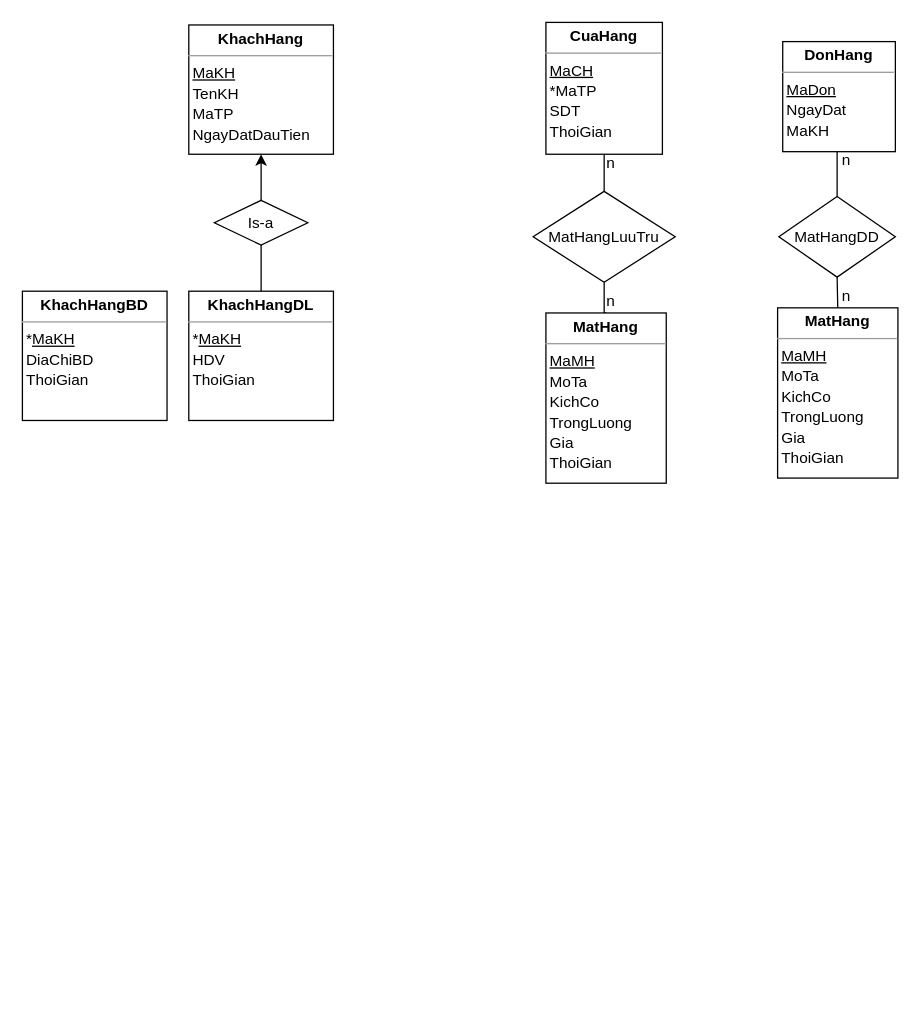
Earlier version of the draw.io diagram data warehouse.drawio (huybach2509/test2). Source tidied: cells renumbered, new cells numbered last; positions are measured from the earlier drawing's top-left corner, leaving out a move shared by most shapes. Both pictures are drawn from the tidied source at 128%, with x=0, y=0 at pixel (22, 22).
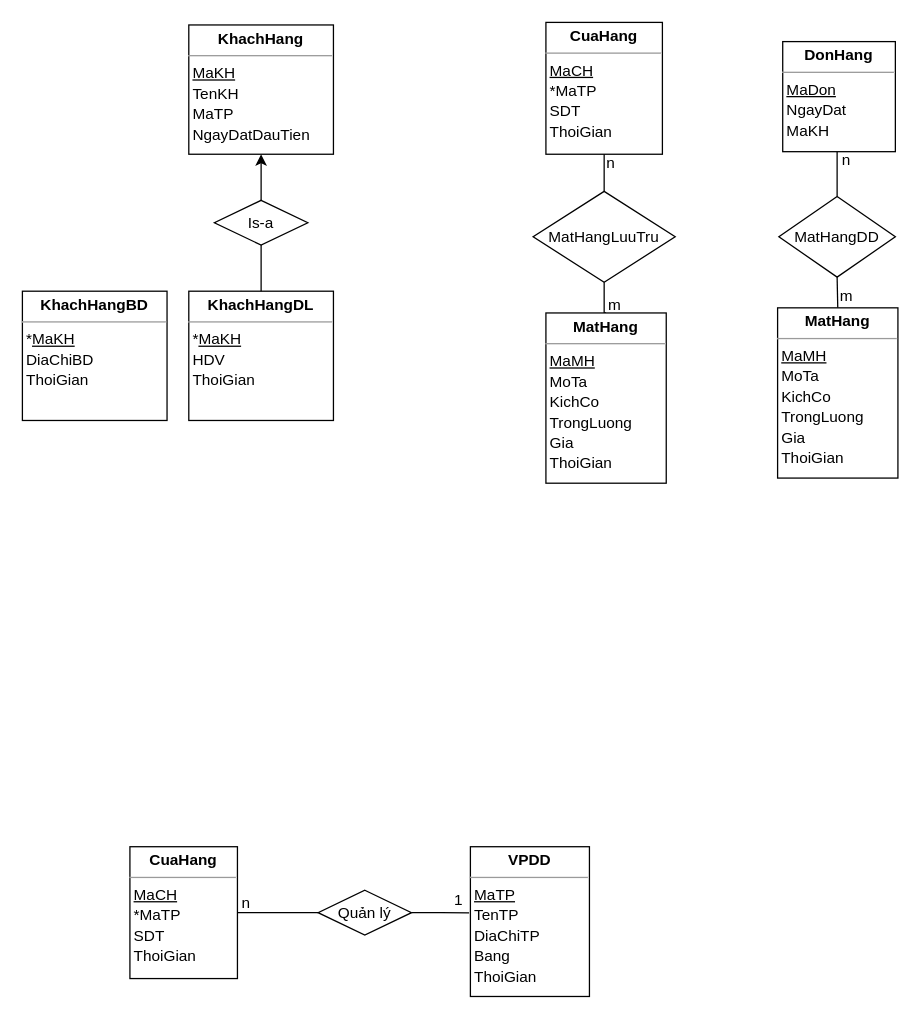
The same page after the edit.

The edit, as a diff of the source:
```diff
@@
-    <mxCell id="15" value="n" style="text;html=1;strokeColor=none;fillColor=none;align=center;verticalAlign=middle;whiteSpace=wrap;rounded=0;" parent="1" vertex="1">
-      <mxGeometry x="430" y="203" width="60" height="30" as="geometry" />
+    <mxCell id="15" value="m" style="text;html=1;strokeColor=none;fillColor=none;align=center;verticalAlign=middle;whiteSpace=wrap;rounded=0;" parent="1" vertex="1">
+      <mxGeometry x="433" y="206" width="60" height="30" as="geometry" />
     </mxCell>
@@
-    <mxCell id="19" value="n" style="text;html=1;strokeColor=none;fillColor=none;align=center;verticalAlign=middle;whiteSpace=wrap;rounded=0;" parent="1" vertex="1">
+    <mxCell id="19" value="m" style="text;html=1;strokeColor=none;fillColor=none;align=center;verticalAlign=middle;whiteSpace=wrap;rounded=0;" parent="1" vertex="1">
       <mxGeometry x="614" y="199" width="60" height="30" as="geometry" />
     </mxCell>
@@
+    <mxCell id="22" value="&lt;p style=&quot;margin:0px;margin-top:4px;text-align:center;&quot;&gt;&lt;b&gt;VPDD&lt;/b&gt;&lt;/p&gt;&lt;hr size=&quot;1&quot;&gt;&lt;div style=&quot;height:2px;&quot;&gt;&amp;nbsp;&lt;u&gt;MaTP&lt;/u&gt;&lt;/div&gt;&lt;div style=&quot;height:2px;&quot;&gt;&lt;br&gt;&lt;/div&gt;&lt;div style=&quot;height:2px;&quot;&gt;&lt;br&gt;&lt;/div&gt;&lt;div style=&quot;height:2px;&quot;&gt;&lt;br&gt;&lt;/div&gt;&lt;div style=&quot;height:2px;&quot;&gt;&lt;br&gt;&lt;/div&gt;&lt;div style=&quot;height:2px;&quot;&gt;&lt;br&gt;&lt;/div&gt;&lt;div style=&quot;height:2px;&quot;&gt;&lt;br&gt;&lt;/div&gt;&lt;div style=&quot;height:2px;&quot;&gt;&lt;br&gt;&lt;/div&gt;&lt;div style=&quot;height:2px;&quot;&gt;&amp;nbsp;TenTP&lt;/div&gt;&lt;div style=&quot;height:2px;&quot;&gt;&lt;br&gt;&lt;/div&gt;&lt;div style=&quot;height:2px;&quot;&gt;&lt;br&gt;&lt;/div&gt;&lt;div style=&quot;height:2px;&quot;&gt;&lt;br&gt;&lt;/div&gt;&lt;div style=&quot;height:2px;&quot;&gt;&lt;br&gt;&lt;/div&gt;&lt;div style=&quot;height:2px;&quot;&gt;&lt;br&gt;&lt;/div&gt;&lt;div style=&quot;height:2px;&quot;&gt;&lt;br&gt;&lt;/div&gt;&lt;div style=&quot;height:2px;&quot;&gt;&lt;br&gt;&lt;/div&gt;&lt;div style=&quot;height:2px;&quot;&gt;&amp;nbsp;DiaChiTP&lt;/div&gt;&lt;div style=&quot;height:2px;&quot;&gt;&lt;br&gt;&lt;/div&gt;&lt;div style=&quot;height:2px;&quot;&gt;&lt;br&gt;&lt;/div&gt;&lt;div style=&quot;height:2px;&quot;&gt;&lt;br&gt;&lt;/div&gt;&lt;div style=&quot;height:2px;&quot;&gt;&lt;br&gt;&lt;/div&gt;&lt;div style=&quot;height:2px;&quot;&gt;&lt;br&gt;&lt;/div&gt;&lt;div style=&quot;height:2px;&quot;&gt;&lt;br&gt;&lt;/div&gt;&lt;div style=&quot;height:2px;&quot;&gt;&lt;br&gt;&lt;/div&gt;&lt;div style=&quot;height:2px;&quot;&gt;&amp;nbsp;Bang&lt;/div&gt;&lt;div style=&quot;height:2px;&quot;&gt;&lt;br&gt;&lt;/div&gt;&lt;div style=&quot;height:2px;&quot;&gt;&lt;br&gt;&lt;/div&gt;&lt;div style=&quot;height:2px;&quot;&gt;&lt;br&gt;&lt;/div&gt;&lt;div style=&quot;height:2px;&quot;&gt;&lt;br&gt;&lt;/div&gt;&lt;div style=&quot;height:2px;&quot;&gt;&lt;br&gt;&lt;/div&gt;&lt;div style=&quot;height:2px;&quot;&gt;&lt;br&gt;&lt;/div&gt;&lt;div style=&quot;height:2px;&quot;&gt;&lt;br&gt;&lt;/div&gt;&lt;div style=&quot;height:2px;&quot;&gt;&amp;nbsp;ThoiGian&lt;/div&gt;&lt;div style=&quot;height:2px;&quot;&gt;&lt;br&gt;&lt;/div&gt;&lt;div style=&quot;height:2px;&quot;&gt;&lt;br&gt;&lt;/div&gt;&lt;div style=&quot;height:2px;&quot;&gt;&lt;br&gt;&lt;/div&gt;&lt;div style=&quot;height:2px;&quot;&gt;&lt;br&gt;&lt;/div&gt;&lt;div style=&quot;height:2px;&quot;&gt;&lt;br&gt;&lt;/div&gt;&lt;div style=&quot;height:2px;&quot;&gt;&lt;br&gt;&lt;/div&gt;&lt;div style=&quot;height:2px;&quot;&gt;&lt;br&gt;&lt;/div&gt;&lt;div style=&quot;height:2px;&quot;&gt;&amp;nbsp;&lt;/div&gt;" style="verticalAlign=top;align=left;overflow=fill;fontSize=12;fontFamily=Helvetica;html=1;whiteSpace=wrap;" parent="1" vertex="1">
+      <mxGeometry x="350" y="644" width="93" height="117" as="geometry" />
+    </mxCell>
+    <mxCell id="23" style="edgeStyle=orthogonalEdgeStyle;rounded=0;jettySize=auto;html=1;exitX=1;exitY=0.5;exitDx=0;exitDy=0;entryX=0;entryY=0.5;entryDx=0;entryDy=0;endArrow=none;endFill=0;" parent="1" edge="1" source="24" target="26">
+      <mxGeometry relative="1" as="geometry" />
+    </mxCell>
+    <mxCell id="24" value="&lt;p style=&quot;margin:0px;margin-top:4px;text-align:center;&quot;&gt;&lt;b&gt;CuaHang&lt;/b&gt;&lt;/p&gt;&lt;hr size=&quot;1&quot;&gt;&lt;div style=&quot;height:2px;&quot;&gt;&amp;nbsp;&lt;u&gt;MaCH&lt;/u&gt;&lt;/div&gt;&lt;div style=&quot;height:2px;&quot;&gt;&lt;br&gt;&lt;/div&gt;&lt;div style=&quot;height:2px;&quot;&gt;&lt;br&gt;&lt;/div&gt;&lt;div style=&quot;height:2px;&quot;&gt;&lt;br&gt;&lt;/div&gt;&lt;div style=&quot;height:2px;&quot;&gt;&lt;br&gt;&lt;/div&gt;&lt;div style=&quot;height:2px;&quot;&gt;&lt;br&gt;&lt;/div&gt;&lt;div style=&quot;height:2px;&quot;&gt;&lt;br&gt;&lt;/div&gt;&lt;div style=&quot;height:2px;&quot;&gt;&lt;br&gt;&lt;/div&gt;&lt;div style=&quot;height:2px;&quot;&gt;&amp;nbsp;*MaTP&lt;/div&gt;&lt;div style=&quot;height:2px;&quot;&gt;&lt;br&gt;&lt;/div&gt;&lt;div style=&quot;height:2px;&quot;&gt;&lt;br&gt;&lt;/div&gt;&lt;div style=&quot;height:2px;&quot;&gt;&lt;br&gt;&lt;/div&gt;&lt;div style=&quot;height:2px;&quot;&gt;&lt;br&gt;&lt;/div&gt;&lt;div style=&quot;height:2px;&quot;&gt;&lt;br&gt;&lt;/div&gt;&lt;div style=&quot;height:2px;&quot;&gt;&lt;br&gt;&lt;/div&gt;&lt;div style=&quot;height:2px;&quot;&gt;&lt;br&gt;&lt;/div&gt;&lt;div style=&quot;height:2px;&quot;&gt;&amp;nbsp;SDT&lt;/div&gt;&lt;div style=&quot;height:2px;&quot;&gt;&lt;br&gt;&lt;/div&gt;&lt;div style=&quot;height:2px;&quot;&gt;&lt;br&gt;&lt;/div&gt;&lt;div style=&quot;height:2px;&quot;&gt;&lt;br&gt;&lt;/div&gt;&lt;div style=&quot;height:2px;&quot;&gt;&lt;br&gt;&lt;/div&gt;&lt;div style=&quot;height:2px;&quot;&gt;&lt;br&gt;&lt;/div&gt;&lt;div style=&quot;height:2px;&quot;&gt;&lt;br&gt;&lt;/div&gt;&lt;div style=&quot;height:2px;&quot;&gt;&lt;br&gt;&lt;/div&gt;&lt;div style=&quot;height:2px;&quot;&gt;&amp;nbsp;ThoiGian&lt;/div&gt;" style="verticalAlign=top;align=left;overflow=fill;fontSize=12;fontFamily=Helvetica;html=1;whiteSpace=wrap;" parent="1" vertex="1">
+      <mxGeometry x="84" y="644" width="84" height="103" as="geometry" />
+    </mxCell>
+    <mxCell id="25" style="edgeStyle=orthogonalEdgeStyle;rounded=0;jettySize=auto;html=1;exitX=1;exitY=0.5;exitDx=0;exitDy=0;entryX=-0.011;entryY=0.442;entryDx=0;entryDy=0;entryPerimeter=0;endArrow=none;endFill=0;" parent="1" edge="1" source="26" target="22">
+      <mxGeometry relative="1" as="geometry" />
+    </mxCell>
+    <mxCell id="26" value="Quản lý" style="rhombus;whiteSpace=wrap;html=1;" parent="1" vertex="1">
+      <mxGeometry x="231" y="678" width="73" height="35" as="geometry" />
+    </mxCell>
+    <mxCell id="27" value="n" style="text;html=1;strokeColor=none;fillColor=none;align=center;verticalAlign=middle;whiteSpace=wrap;rounded=0;" parent="1" vertex="1">
+      <mxGeometry x="145" y="673" width="60" height="30" as="geometry" />
+    </mxCell>
+    <mxCell id="28" value="1" style="text;html=1;strokeColor=none;fillColor=none;align=center;verticalAlign=middle;whiteSpace=wrap;rounded=0;" parent="1" vertex="1">
+      <mxGeometry x="311" y="671" width="60" height="30" as="geometry" />
+    </mxCell>
```
